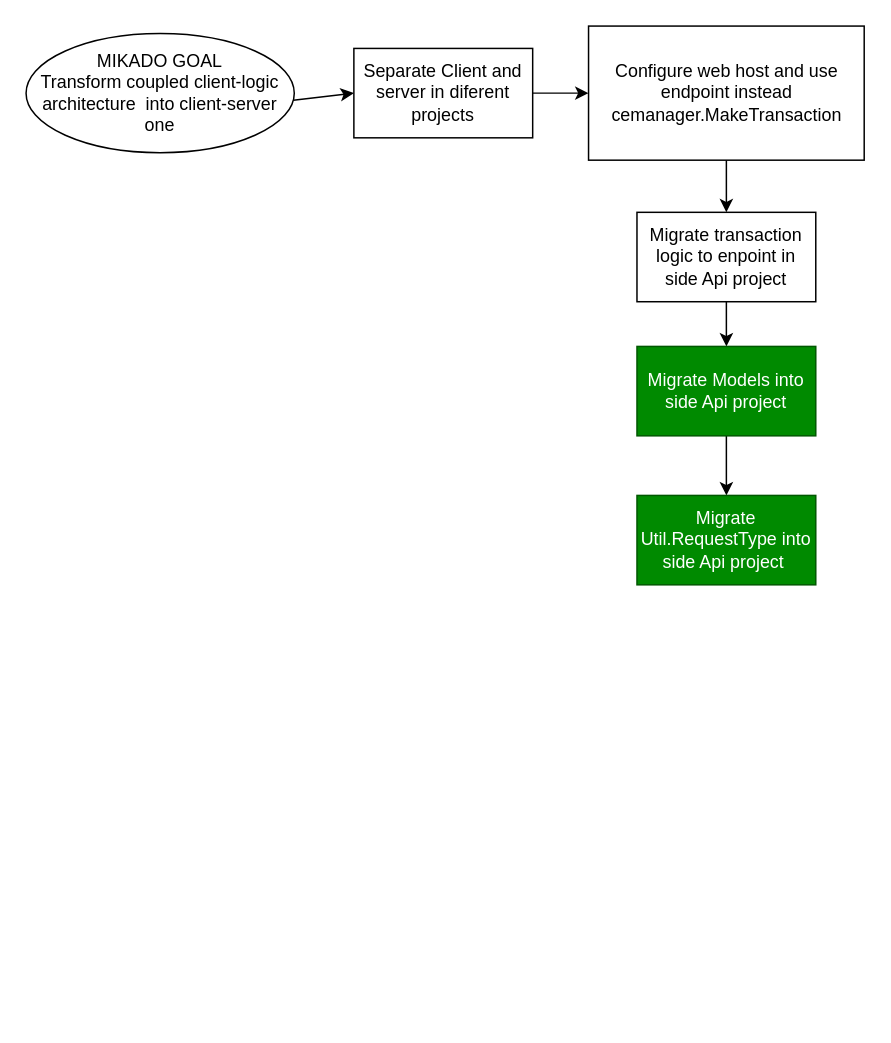
Earlier version of the draw.io diagram Docs/Diagrams/refactor_to_client-server(MikadoGraph).drawio (Camilo716/Customized-Expense-Manager). Source tidied: cells renumbered, new cells numbered last; positions are measured from the earlier drawing's top-left corner, leaving out a move shared by most shapes. Both pictures are drawn from the tidied source at 149%, with x=0, y=0 at pixel (25, 25).
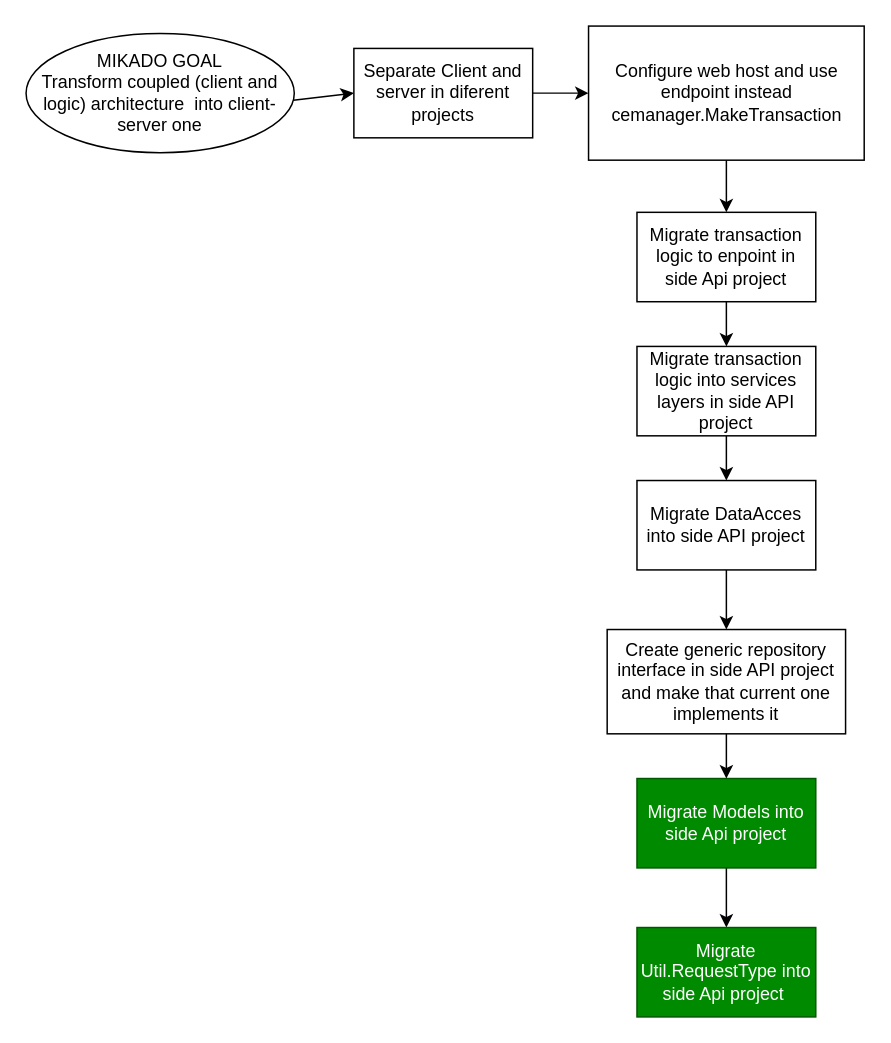
After the change.

Commit message:
Add leaves on Mikado Graph

Change to the diagram source:
```diff
@@
 <mxGraphModel>
   <root>
     <mxCell id="0" />
     <mxCell id="1" parent="0" />
     <mxCell id="2" style="edgeStyle=none;html=1;" parent="1" edge="1" source="3" target="12">
       <mxGeometry relative="1" as="geometry" />
     </mxCell>
-    <mxCell id="3" value="MIKADO GOAL&lt;br&gt;Transform coupled client-logic architecture&amp;nbsp; into client-server one" style="ellipse;whiteSpace=wrap;html=1;" parent="1" vertex="1">
+    <mxCell id="3" value="MIKADO GOAL&lt;br&gt;Transform coupled (client and logic) architecture&amp;nbsp; into client-server one" style="ellipse;whiteSpace=wrap;html=1;" parent="1" vertex="1">
       <mxGeometry y="5" width="180" height="80" as="geometry" />
     </mxCell>
     <mxCell id="4" style="edgeStyle=none;html=1;" parent="1" edge="1" source="5" target="7">
       <mxGeometry relative="1" as="geometry" />
     </mxCell>
     <mxCell id="5" value="Configure web host and&amp;nbsp;use endpoint instead cemanager.MakeTransaction" style="whiteSpace=wrap;html=1;" parent="1" vertex="1">
       <mxGeometry x="377.5" width="185" height="90" as="geometry" />
     </mxCell>
-    <mxCell id="6" style="edgeStyle=none;html=1;" parent="1" edge="1" source="7" target="9">
-      <mxGeometry relative="1" as="geometry" />
-    </mxCell>
+    <mxCell id="13" style="edgeStyle=none;html=1;" parent="1" edge="1" source="7" target="17">
+      <mxGeometry relative="1" as="geometry" />
+    </mxCell>
     <mxCell id="7" value="Migrate transaction logic to enpoint in side Api project" style="whiteSpace=wrap;html=1;" parent="1" vertex="1">
       <mxGeometry x="410" y="125" width="120" height="60" as="geometry" />
     </mxCell>
     <mxCell id="8" style="edgeStyle=none;html=1;" parent="1" edge="1" source="9" target="10">
       <mxGeometry relative="1" as="geometry" />
     </mxCell>
     <mxCell id="9" value="Migrate Models into side Api project" style="whiteSpace=wrap;html=1;fillColor=#008a00;fontColor=#ffffff;strokeColor=#005700;" parent="1" vertex="1">
-      <mxGeometry x="410" y="215" width="120" height="60" as="geometry" />
+      <mxGeometry x="410" y="505" width="120" height="60" as="geometry" />
     </mxCell>
     <mxCell id="10" value="Migrate Util.RequestType into side Api project&amp;nbsp;" style="whiteSpace=wrap;html=1;fillColor=#008a00;fontColor=#ffffff;strokeColor=#005700;" parent="1" vertex="1">
-      <mxGeometry x="410" y="315" width="120" height="60" as="geometry" />
+      <mxGeometry x="410" y="605" width="120" height="60" as="geometry" />
     </mxCell>
     <mxCell id="11" style="edgeStyle=none;html=1;" parent="1" edge="1" source="12" target="5">
       <mxGeometry relative="1" as="geometry" />
     </mxCell>
     <mxCell id="12" value="Separate Client and server in diferent projects" style="whiteSpace=wrap;html=1;" parent="1" vertex="1">
       <mxGeometry x="220" y="15" width="120" height="60" as="geometry" />
     </mxCell>
+    <mxCell id="14" style="edgeStyle=none;html=1;" parent="1" edge="1" source="15" target="19">
+      <mxGeometry relative="1" as="geometry" />
+    </mxCell>
+    <mxCell id="15" value="Migrate DataAcces into side API project" style="whiteSpace=wrap;html=1;" parent="1" vertex="1">
+      <mxGeometry x="410" y="305" width="120" height="60" as="geometry" />
+    </mxCell>
+    <mxCell id="16" style="edgeStyle=none;html=1;" parent="1" edge="1" source="17" target="15">
+      <mxGeometry relative="1" as="geometry" />
+    </mxCell>
+    <mxCell id="17" value="Migrate transaction logic into services layers in side API project" style="whiteSpace=wrap;html=1;" parent="1" vertex="1">
+      <mxGeometry x="410" y="215" width="120" height="60" as="geometry" />
+    </mxCell>
+    <mxCell id="18" style="edgeStyle=none;html=1;" parent="1" edge="1" source="19" target="9">
+      <mxGeometry relative="1" as="geometry" />
+    </mxCell>
+    <mxCell id="19" value="Create generic repository interface in side API project and make that current one implements it" style="whiteSpace=wrap;html=1;" parent="1" vertex="1">
+      <mxGeometry x="390" y="405" width="160" height="70" as="geometry" />
+    </mxCell>
   </root>
 </mxGraphModel>
```
